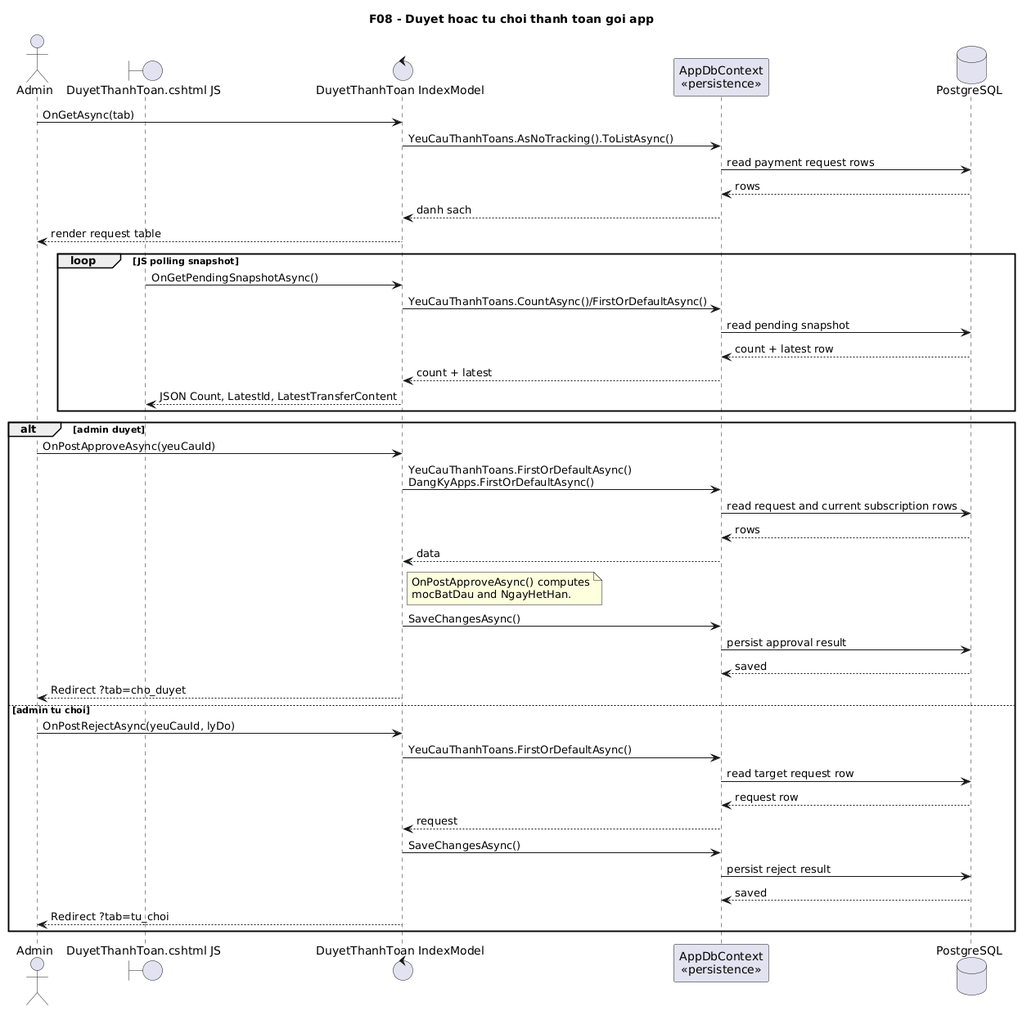
Earlier version of the PlantUML export docs/diagrams/png/08-app-payment-approval-sequence.png (VoBao182/PhoAmThuc).
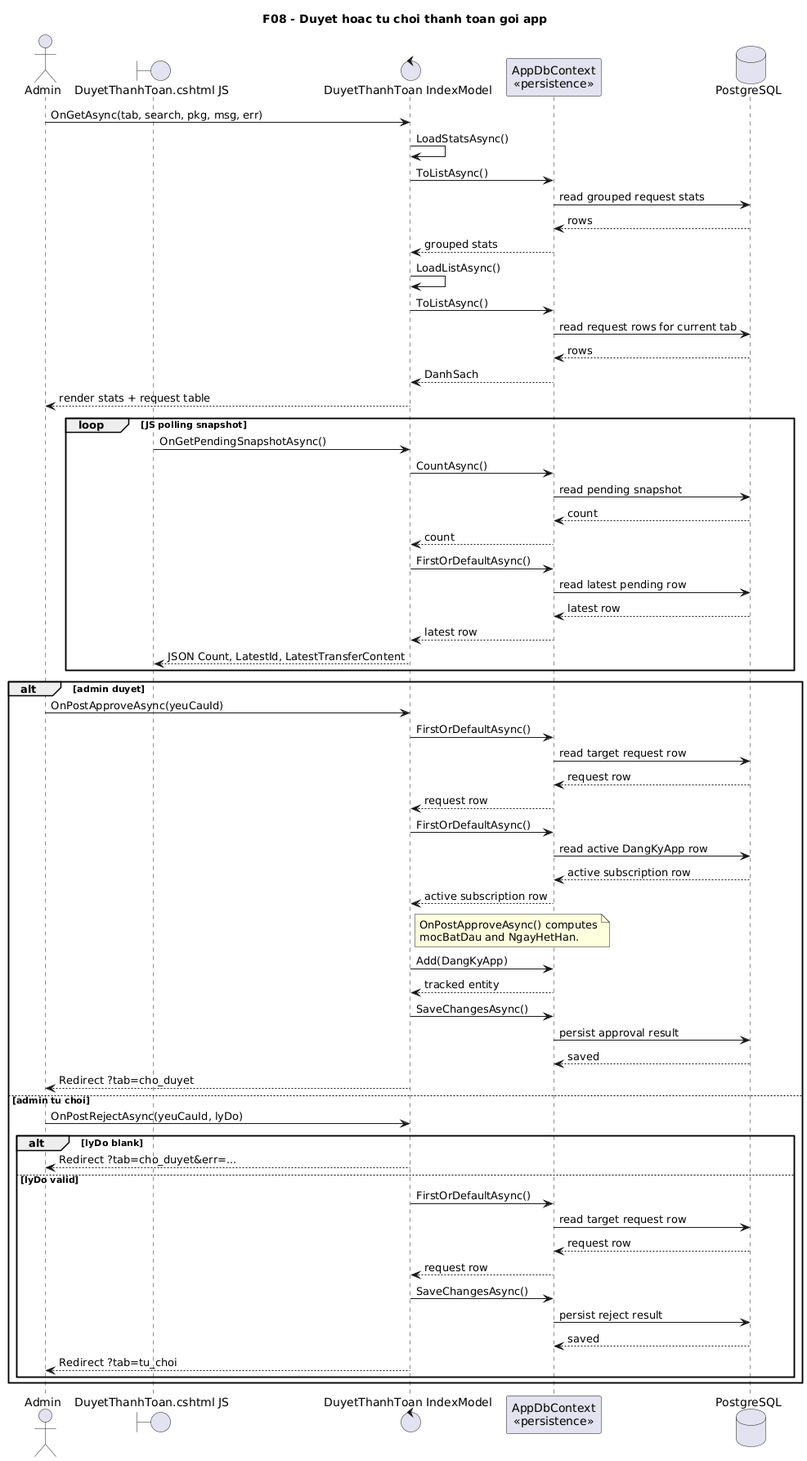
The same file after the commit.

Diff of the diagram source:
```diff
@@ -7,45 +7,65 @@
 participant "AppDbContext\n<<persistence>>" as DbContext
 database "PostgreSQL" as DB
 
-Admin -> IndexModel: OnGetAsync(tab)
-IndexModel -> DbContext: YeuCauThanhToans.AsNoTracking().ToListAsync()
-DbContext -> DB: read payment request rows
+Admin -> IndexModel: OnGetAsync(tab, search, pkg, msg, err)
+IndexModel -> IndexModel: LoadStatsAsync()
+IndexModel -> DbContext: ToListAsync()
+DbContext -> DB: read grouped request stats
 DB --> DbContext: rows
-DbContext --> IndexModel: danh sach
-IndexModel --> Admin: render request table
+DbContext --> IndexModel: grouped stats
+IndexModel -> IndexModel: LoadListAsync()
+IndexModel -> DbContext: ToListAsync()
+DbContext -> DB: read request rows for current tab
+DB --> DbContext: rows
+DbContext --> IndexModel: DanhSach
+IndexModel --> Admin: render stats + request table
 
 loop JS polling snapshot
   JS -> IndexModel: OnGetPendingSnapshotAsync()
-  IndexModel -> DbContext: YeuCauThanhToans.CountAsync()/FirstOrDefaultAsync()
+  IndexModel -> DbContext: CountAsync()
   DbContext -> DB: read pending snapshot
-  DB --> DbContext: count + latest row
-  DbContext --> IndexModel: count + latest
+  DB --> DbContext: count
+  DbContext --> IndexModel: count
+  IndexModel -> DbContext: FirstOrDefaultAsync()
+  DbContext -> DB: read latest pending row
+  DB --> DbContext: latest row
+  DbContext --> IndexModel: latest row
   IndexModel --> JS: JSON Count, LatestId, LatestTransferContent
 end
 
 alt admin duyet
   Admin -> IndexModel: OnPostApproveAsync(yeuCauId)
-  IndexModel -> DbContext: YeuCauThanhToans.FirstOrDefaultAsync()\nDangKyApps.FirstOrDefaultAsync()
-  DbContext -> DB: read request and current subscription rows
-  DB --> DbContext: rows
-  DbContext --> IndexModel: data
+  IndexModel -> DbContext: FirstOrDefaultAsync()
+  DbContext -> DB: read target request row
+  DB --> DbContext: request row
+  DbContext --> IndexModel: request row
+  IndexModel -> DbContext: FirstOrDefaultAsync()
+  DbContext -> DB: read active DangKyApp row
+  DB --> DbContext: active subscription row
+  DbContext --> IndexModel: active subscription row
   note right of IndexModel
     OnPostApproveAsync() computes
     mocBatDau and NgayHetHan.
   end note
+  IndexModel -> DbContext: Add(DangKyApp)
+  DbContext --> IndexModel: tracked entity
   IndexModel -> DbContext: SaveChangesAsync()
   DbContext -> DB: persist approval result
   DB --> DbContext: saved
   IndexModel --> Admin: Redirect ?tab=cho_duyet
 else admin tu choi
   Admin -> IndexModel: OnPostRejectAsync(yeuCauId, lyDo)
-  IndexModel -> DbContext: YeuCauThanhToans.FirstOrDefaultAsync()
-  DbContext -> DB: read target request row
-  DB --> DbContext: request row
-  DbContext --> IndexModel: request
-  IndexModel -> DbContext: SaveChangesAsync()
-  DbContext -> DB: persist reject result
-  DB --> DbContext: saved
-  IndexModel --> Admin: Redirect ?tab=tu_choi
+  alt lyDo blank
+    IndexModel --> Admin: Redirect ?tab=cho_duyet&err=...
+  else lyDo valid
+    IndexModel -> DbContext: FirstOrDefaultAsync()
+    DbContext -> DB: read target request row
+    DB --> DbContext: request row
+    DbContext --> IndexModel: request row
+    IndexModel -> DbContext: SaveChangesAsync()
+    DbContext -> DB: persist reject result
+    DB --> DbContext: saved
+    IndexModel --> Admin: Redirect ?tab=tu_choi
+  end
 end
 @enduml
```
